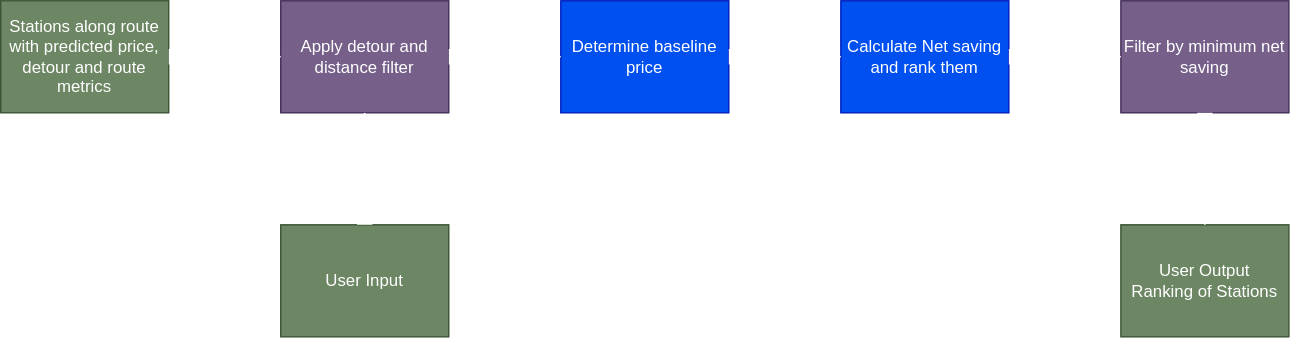
This is structure_graphs/dark_theme_recommender.drawio.svg from momade02/ds_project_main, a draw.io export, as it was before one commit. Source tidied: cells renumbered, new cells last; positions are measured from the earlier drawing's top-left corner, leaving out a move shared by most shapes.
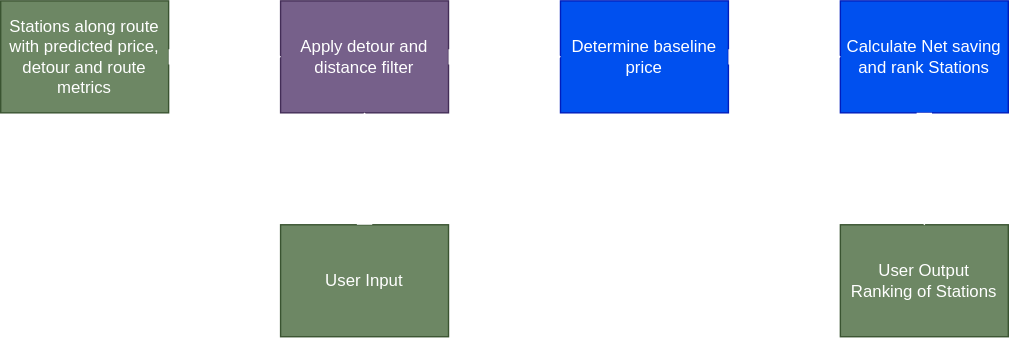
Later version of the same file.

Commit message:
Refactor SVG dimensions and positions in dark and light theme recommenders

- Updated positions of rectangles and text elements to align with new dimensions.
- Changed labels from "Calculate Net saving and rank them" to "Calculate Net saving and rank Stations" for clarity.

What changed in the source:
```diff
@@ -12,7 +12,7 @@
       <mxGeometry relative="1" as="geometry" />
     </mxCell>
     <mxCell id="5" value="User Output&lt;br&gt;Ranking of Stations" style="rounded=0;whiteSpace=wrap;html=1;fillColor=#6d8764;strokeColor=#3A5431;fontColor=#FFFFFF;" parent="1" vertex="1">
-      <mxGeometry x="800" y="160" width="120" height="80" as="geometry" />
+      <mxGeometry x="600" y="160" width="120" height="80" as="geometry" />
     </mxCell>
     <mxCell id="6" value="Stations along route with predicted price, detour and route metrics" style="rounded=0;whiteSpace=wrap;html=1;fillColor=#6d8764;strokeColor=#3A5431;fontColor=#FFFFFF;" parent="1" vertex="1">
       <mxGeometry width="120" height="80" as="geometry" />
@@ -30,20 +30,16 @@
         <mxPoint x="260" y="80" as="targetPoint" />
       </mxGeometry>
     </mxCell>
-    <mxCell id="10" value="Calculate Net saving and rank them" style="rounded=0;whiteSpace=wrap;html=1;fillColor=#0050ef;strokeColor=#001DBC;fontColor=#FFFFFF;" parent="1" vertex="1">
+    <mxCell id="10" value="Calculate Net saving and rank Stations" style="rounded=0;whiteSpace=wrap;html=1;fillColor=#0050ef;strokeColor=#001DBC;fontColor=#FFFFFF;" parent="1" vertex="1">
       <mxGeometry x="600" width="120" height="80" as="geometry" />
     </mxCell>
     <mxCell id="11" style="shape=flexArrow;endArrow=classic;html=1;rounded=0;entryX=0;entryY=0.5;entryDx=0;entryDy=0;exitX=1;exitY=0.5;exitDx=0;exitDy=0;fillColor=none;fontColor=#FFFFFF;strokeColor=#FFFFFF;" parent="1" edge="1" source="3" target="10">
       <mxGeometry relative="1" as="geometry" />
     </mxCell>
-    <mxCell id="12" value="Filter by minimum net saving" style="rounded=0;whiteSpace=wrap;html=1;fillColor=#76608a;strokeColor=#432D57;fontColor=#FFFFFF;" parent="1" vertex="1">
-      <mxGeometry x="800" width="120" height="80" as="geometry" />
-    </mxCell>
-    <mxCell id="13" style="shape=flexArrow;endArrow=classic;html=1;rounded=0;entryX=0;entryY=0.5;entryDx=0;entryDy=0;exitX=1;exitY=0.5;exitDx=0;exitDy=0;fillColor=none;fontColor=#FFFFFF;strokeColor=#FFFFFF;" parent="1" edge="1" source="10" target="12">
-      <mxGeometry relative="1" as="geometry" />
-    </mxCell>
-    <mxCell id="14" style="shape=flexArrow;endArrow=classic;html=1;rounded=0;entryX=0.5;entryY=0;entryDx=0;entryDy=0;exitX=0.5;exitY=1;exitDx=0;exitDy=0;fillColor=none;fontColor=#FFFFFF;strokeColor=#FFFFFF;" parent="1" edge="1" source="12" target="5">
-      <mxGeometry relative="1" as="geometry" />
+    <mxCell id="14" style="shape=flexArrow;endArrow=classic;html=1;rounded=0;entryX=0.5;entryY=0;entryDx=0;entryDy=0;exitX=0.5;exitY=1;exitDx=0;exitDy=0;fillColor=none;fontColor=#FFFFFF;strokeColor=#FFFFFF;" parent="1" edge="1" target="5">
+      <mxGeometry relative="1" as="geometry">
+        <mxPoint x="660" y="80" as="sourcePoint" />
+      </mxGeometry>
     </mxCell>
   </root>
 </mxGraphModel>
```
